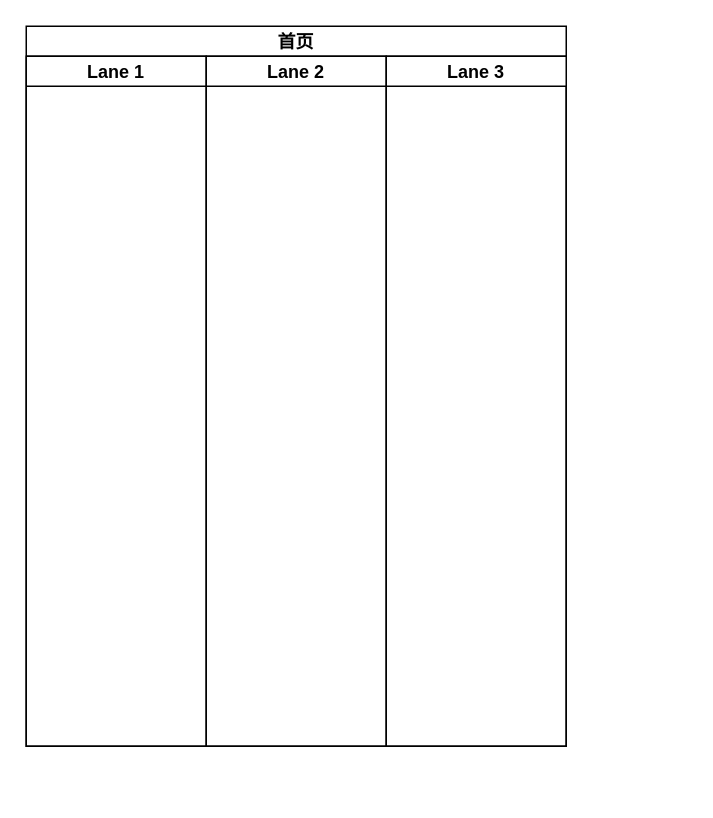
Above: page "Page-2" (2 of 2) of 增量是否有版权.drawio in songmulin/rr-business (draw.io), before the change. Source tidied: cells renumbered, new cells numbered last; positions are measured from the earlier drawing's top-left corner, leaving out a move shared by most shapes. Both pictures are drawn from the tidied source at 150%, with x=0, y=0 at pixel (26, 26).
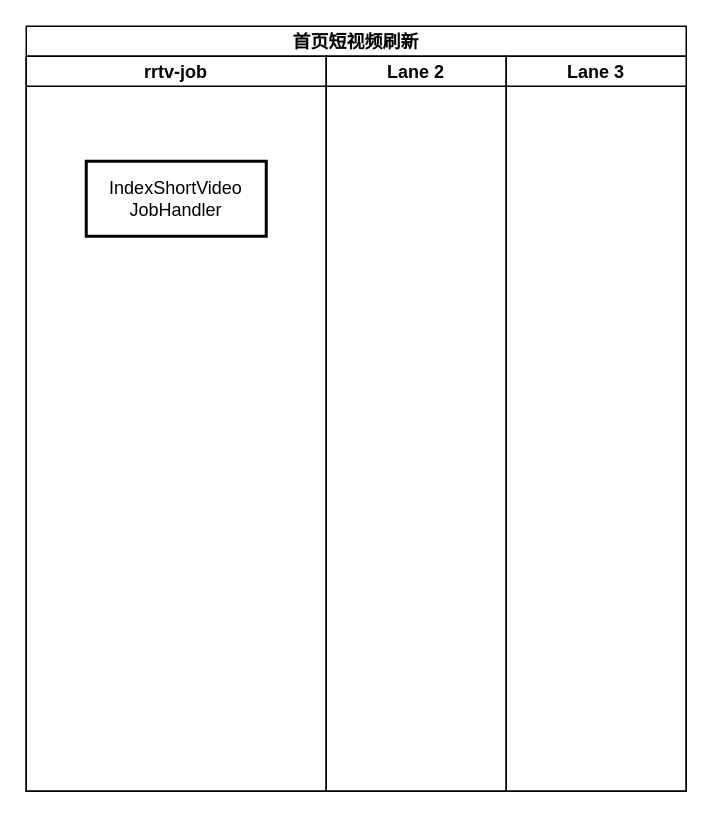
After the change.

Commit message:
Update 增量是否有版权.drawio

Change to the diagram source:
```diff
@@
 <mxGraphModel>
   <root>
     <mxCell id="0" />
     <mxCell id="1" parent="0" />
-    <mxCell id="2" value="首页" style="swimlane;startSize=20;hachureGap=4;" parent="1" vertex="1">
-      <mxGeometry width="360" height="480" as="geometry" />
+    <mxCell id="2" value="首页短视频刷新" style="swimlane;startSize=20;hachureGap=4;" parent="1" vertex="1">
+      <mxGeometry width="440" height="510" as="geometry" />
     </mxCell>
-    <mxCell id="3" value="Lane 1" style="swimlane;startSize=20;" parent="2" vertex="1">
-      <mxGeometry y="20" width="120" height="460" as="geometry" />
+    <mxCell id="3" value="rrtv-job" style="swimlane;startSize=20;" parent="2" vertex="1">
+      <mxGeometry y="20" width="200" height="490" as="geometry" />
     </mxCell>
+    <mxCell id="6" value="IndexShortVideo&lt;br&gt;JobHandler" style="rounded=0;whiteSpace=wrap;html=1;hachureGap=4;strokeWidth=2;perimeterSpacing=3;direction=west;" parent="3" vertex="1">
+      <mxGeometry x="40" y="70" width="120" height="50" as="geometry" />
+    </mxCell>
     <mxCell id="4" value="Lane 2" style="swimlane;startSize=20;" parent="2" vertex="1">
-      <mxGeometry x="120" y="20" width="120" height="460" as="geometry" />
+      <mxGeometry x="200" y="20" width="120" height="490" as="geometry" />
     </mxCell>
     <mxCell id="5" value="Lane 3" style="swimlane;startSize=20;" parent="2" vertex="1">
-      <mxGeometry x="240" y="20" width="120" height="460" as="geometry" />
+      <mxGeometry x="320" y="20" width="120" height="490" as="geometry" />
     </mxCell>
   </root>
 </mxGraphModel>
```
